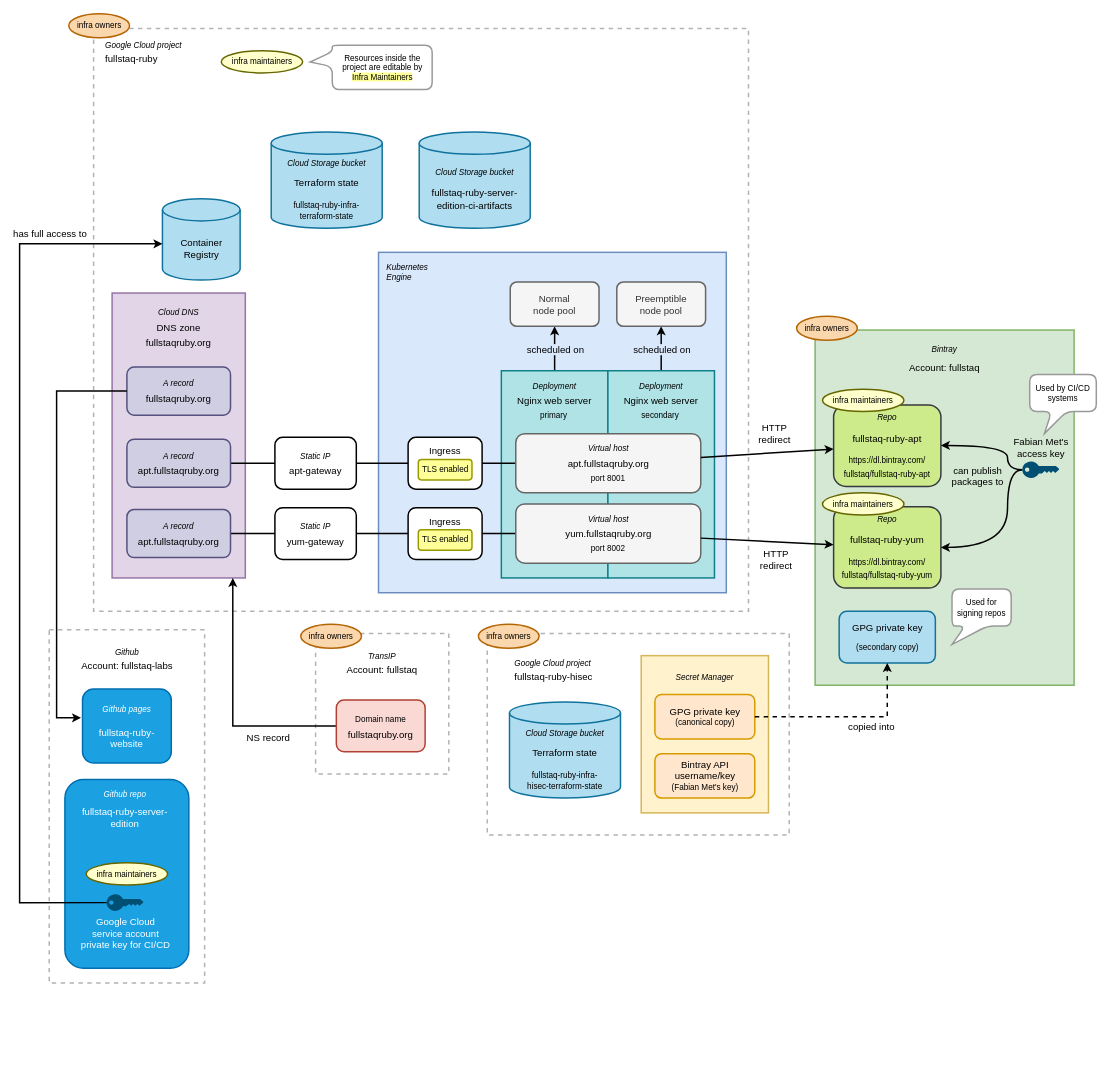
This is docs/infrastructure-overview.drawio from fullstaq-ruby/infra, a draw.io file, before an edit. Source tidied: cells renumbered, new cells numbered last; positions are measured from the earlier drawing's top-left corner, leaving out a move shared by most shapes. Both pictures are drawn from the tidied source at 74%, with x=0, y=0 at pixel (19, 13).
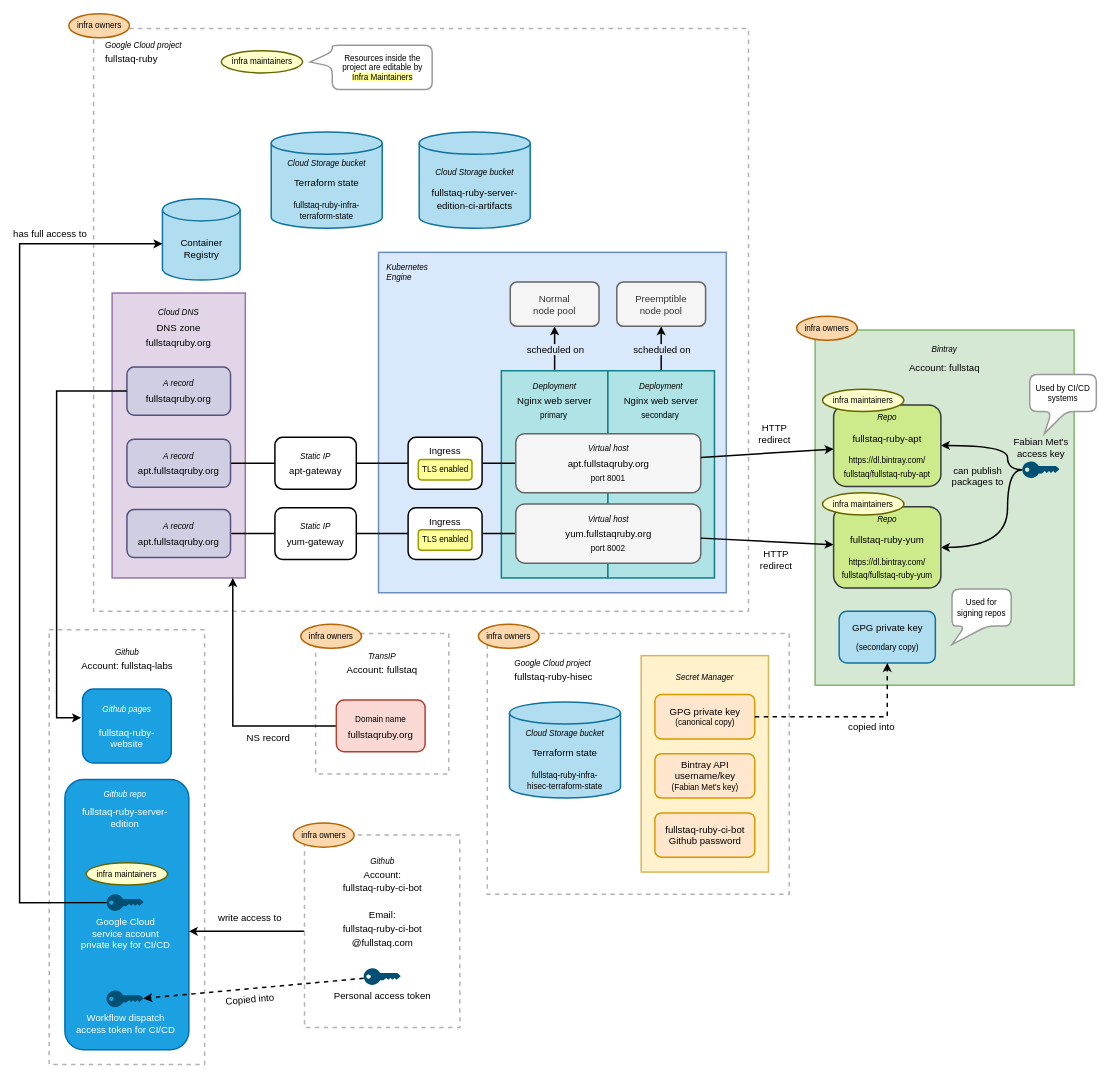
The same diagram, later.

Commit message (it also covers changes not shown here):
Introduce CI bot account

Diff of the diagram source:
```diff
@@
     <mxCell id="50" style="rounded=0;whiteSpace=wrap;html=1;shadow=0;glass=0;sketch=0;strokeWidth=2;fontSize=11;align=center;dashed=1;strokeColor=#B3B3B3;" parent="1" vertex="1">
-      <mxGeometry x="632" y="837.5" width="408" height="272.5" as="geometry" />
+      <mxGeometry x="632" y="837.5" width="408" height="352.5" as="geometry" />
     </mxCell>
@@
     <mxCell id="52" value="&lt;p style=&quot;line-height: 200%&quot;&gt;&lt;i&gt;Secret Manager&lt;/i&gt;&lt;br&gt;&lt;/p&gt;" style="rounded=0;whiteSpace=wrap;html=1;shadow=0;glass=0;labelBackgroundColor=none;sketch=0;strokeColor=#d6b656;strokeWidth=2;fillColor=#fff2cc;fontSize=11;align=center;labelPosition=center;verticalLabelPosition=middle;verticalAlign=top;" parent="1" vertex="1">
-      <mxGeometry x="840" y="867.5" width="172" height="212.5" as="geometry" />
+      <mxGeometry x="840" y="867.5" width="172" height="292.5" as="geometry" />
     </mxCell>
@@
     <mxCell id="80" style="rounded=0;whiteSpace=wrap;html=1;shadow=0;glass=0;sketch=0;strokeWidth=2;fontSize=11;align=center;dashed=1;strokeColor=#B3B3B3;" parent="1" vertex="1">
-      <mxGeometry x="40" y="832.5" width="210" height="477.5" as="geometry" />
+      <mxGeometry x="40" y="832.5" width="210" height="587.5" as="geometry" />
     </mxCell>
@@
     <mxCell id="87" value="&lt;p style=&quot;line-height: 200%&quot;&gt;&lt;br&gt;&lt;/p&gt;" style="rounded=1;whiteSpace=wrap;html=1;shadow=0;glass=0;labelBackgroundColor=none;sketch=0;strokeColor=#006EAF;strokeWidth=2;fillColor=#1ba1e2;fontSize=11;align=center;fontColor=#ffffff;" parent="1" vertex="1">
-      <mxGeometry x="61.2" y="1035" width="167.5" height="255" as="geometry" />
+      <mxGeometry x="61.2" y="1035" width="167.5" height="365" as="geometry" />
     </mxCell>
@@
+    <mxCell id="102" style="edgeStyle=orthogonalEdgeStyle;rounded=0;jettySize=auto;html=1;endArrow=classic;endFill=1;strokeWidth=2;fontSize=11;" parent="1" edge="1" source="104" target="87">
+      <mxGeometry relative="1" as="geometry">
+        <Array as="points">
+          <mxPoint x="260" y="1240" />
+          <mxPoint x="260" y="1240" />
+        </Array>
+      </mxGeometry>
+    </mxCell>
+    <mxCell id="103" value="write access to" style="edgeLabel;html=1;align=center;verticalAlign=middle;fontSize=13;" parent="102" vertex="1">
+      <mxGeometry x="0.6" y="-29" relative="1" as="geometry">
+        <mxPoint x="50" y="9" as="offset" />
+      </mxGeometry>
+    </mxCell>
+    <mxCell id="104" style="rounded=0;whiteSpace=wrap;html=1;shadow=0;glass=0;sketch=0;strokeWidth=2;fontSize=11;align=center;dashed=1;strokeColor=#B3B3B3;" parent="1" vertex="1">
+      <mxGeometry x="385" y="1110" width="210" height="260" as="geometry" />
+    </mxCell>
+    <mxCell id="105" value="&lt;p style=&quot;line-height: 160%&quot;&gt;&lt;i&gt;Github&lt;/i&gt;&lt;br&gt;&lt;font style=&quot;font-size: 13px&quot;&gt;Account:&lt;br&gt;fullstaq-ruby-ci-bot&lt;br&gt;&lt;br&gt;Email:&lt;br&gt;fullstaq-ruby-ci-bot&lt;br&gt;@fullstaq.com&lt;/font&gt;&lt;/p&gt;" style="text;html=1;strokeColor=none;fillColor=none;align=center;verticalAlign=middle;whiteSpace=wrap;rounded=0;shadow=0;glass=0;dashed=1;labelBackgroundColor=none;sketch=0;fontSize=11;" parent="1" vertex="1">
+      <mxGeometry x="422.5" y="1131.9" width="135" height="138.8" as="geometry" />
+    </mxCell>
+    <mxCell id="106" value="&lt;span style=&quot;font-size: 13px&quot;&gt;fullstaq-ruby-ci-bot Github password&lt;/span&gt;" style="rounded=1;whiteSpace=wrap;html=1;strokeWidth=2;fillColor=#ffe6cc;strokeColor=#d79b00;" parent="1" vertex="1">
+      <mxGeometry x="858.5" y="1080" width="135" height="60" as="geometry" />
+    </mxCell>
+    <mxCell id="107" value="infra owners" style="ellipse;whiteSpace=wrap;html=1;rounded=0;shadow=0;glass=0;labelBackgroundColor=none;sketch=0;strokeColor=#b46504;strokeWidth=2;fillColor=#fad7ac;fontSize=11;align=center;" parent="1" vertex="1">
+      <mxGeometry x="370" y="1093.8" width="82" height="32.5" as="geometry" />
+    </mxCell>
+    <mxCell id="108" style="rounded=0;jettySize=auto;html=1;entryX=0.995;entryY=0.475;entryDx=0;entryDy=0;entryPerimeter=0;dashed=1;endArrow=classic;endFill=1;strokeWidth=2;fontSize=11;" parent="1" edge="1" source="110" target="111">
+      <mxGeometry relative="1" as="geometry" />
+    </mxCell>
+    <mxCell id="109" value="&lt;font style=&quot;font-size: 13px&quot;&gt;Copied into&lt;/font&gt;" style="edgeLabel;html=1;align=center;verticalAlign=middle;fontSize=11;rotation=355;" parent="108" vertex="1">
+      <mxGeometry x="0.36" relative="1" as="geometry">
+        <mxPoint x="47.2" y="9.3" as="offset" />
+      </mxGeometry>
+    </mxCell>
+    <mxCell id="110" value="&lt;font color=&quot;#000000&quot;&gt;Personal access token&lt;/font&gt;" style="points=[[0,0.5,0],[0.24,0,0],[0.5,0.28,0],[0.995,0.475,0],[0.5,0.72,0],[0.24,1,0]];verticalLabelPosition=bottom;html=1;verticalAlign=top;align=center;shape=mxgraph.cisco19.key;fillColor=#005073;strokeColor=none;rounded=1;shadow=0;glass=0;labelBackgroundColor=none;sketch=0;fontSize=13;labelPosition=center;fontColor=#FFFFFF;" parent="1" vertex="1">
+      <mxGeometry x="465" y="1290" width="50" height="22.5" as="geometry" />
+    </mxCell>
+    <mxCell id="111" value="Workflow dispatch&lt;br&gt;access token for CI/CD" style="points=[[0,0.5,0],[0.24,0,0],[0.5,0.28,0],[0.995,0.475,0],[0.5,0.72,0],[0.24,1,0]];verticalLabelPosition=bottom;html=1;verticalAlign=top;align=center;shape=mxgraph.cisco19.key;fillColor=#005073;strokeColor=none;rounded=1;shadow=0;glass=0;labelBackgroundColor=none;sketch=0;fontSize=13;labelPosition=center;fontColor=#FFFFFF;" parent="1" vertex="1">
+      <mxGeometry x="117.5" y="1320" width="50" height="22.5" as="geometry" />
+    </mxCell>
```
